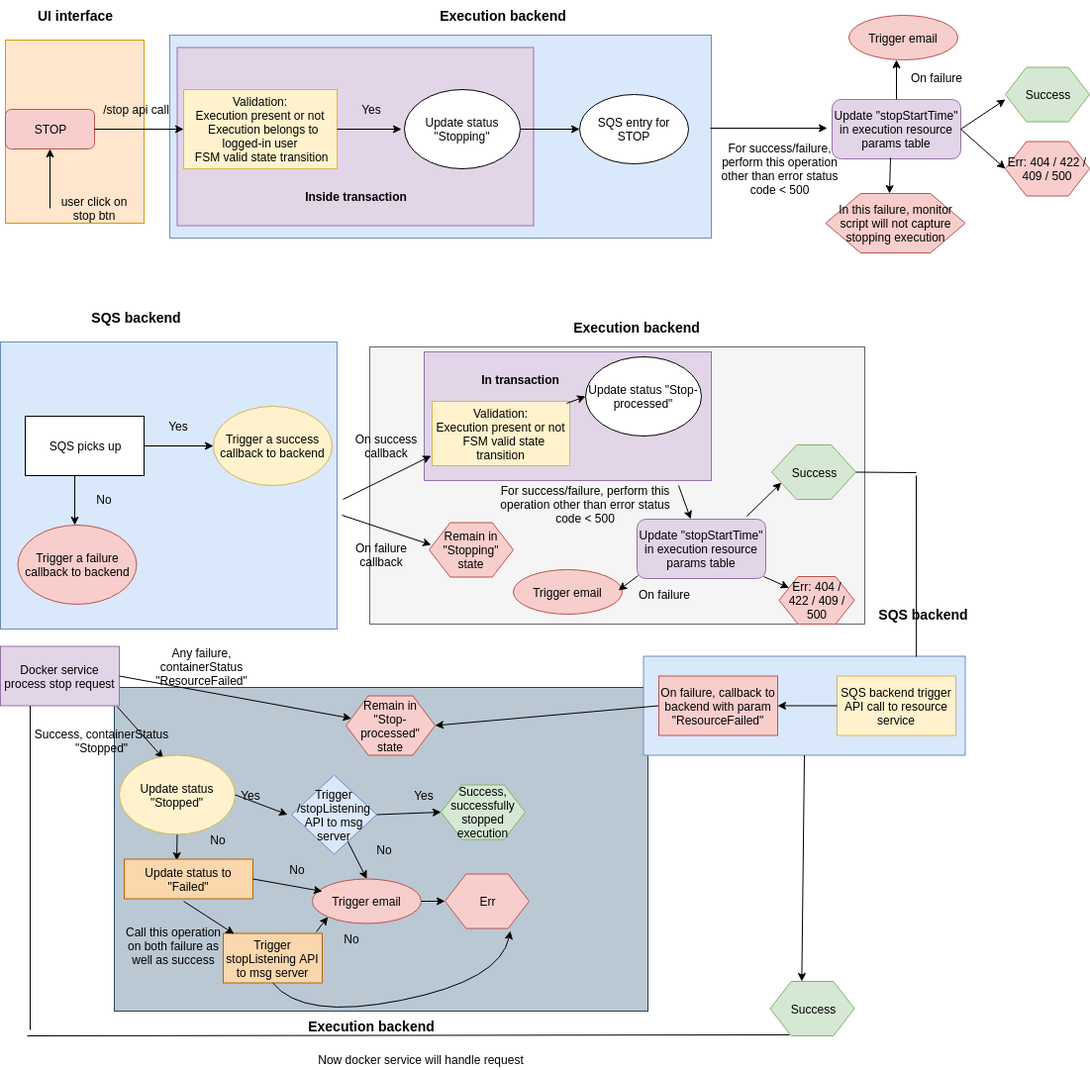
The draw.io diagram stop_ui.png in prodipta/blueshift-resouce, before a commit. Source tidied: cells renumbered, new cells last; positions are measured from the earlier drawing's top-left corner, leaving out a move shared by most shapes.
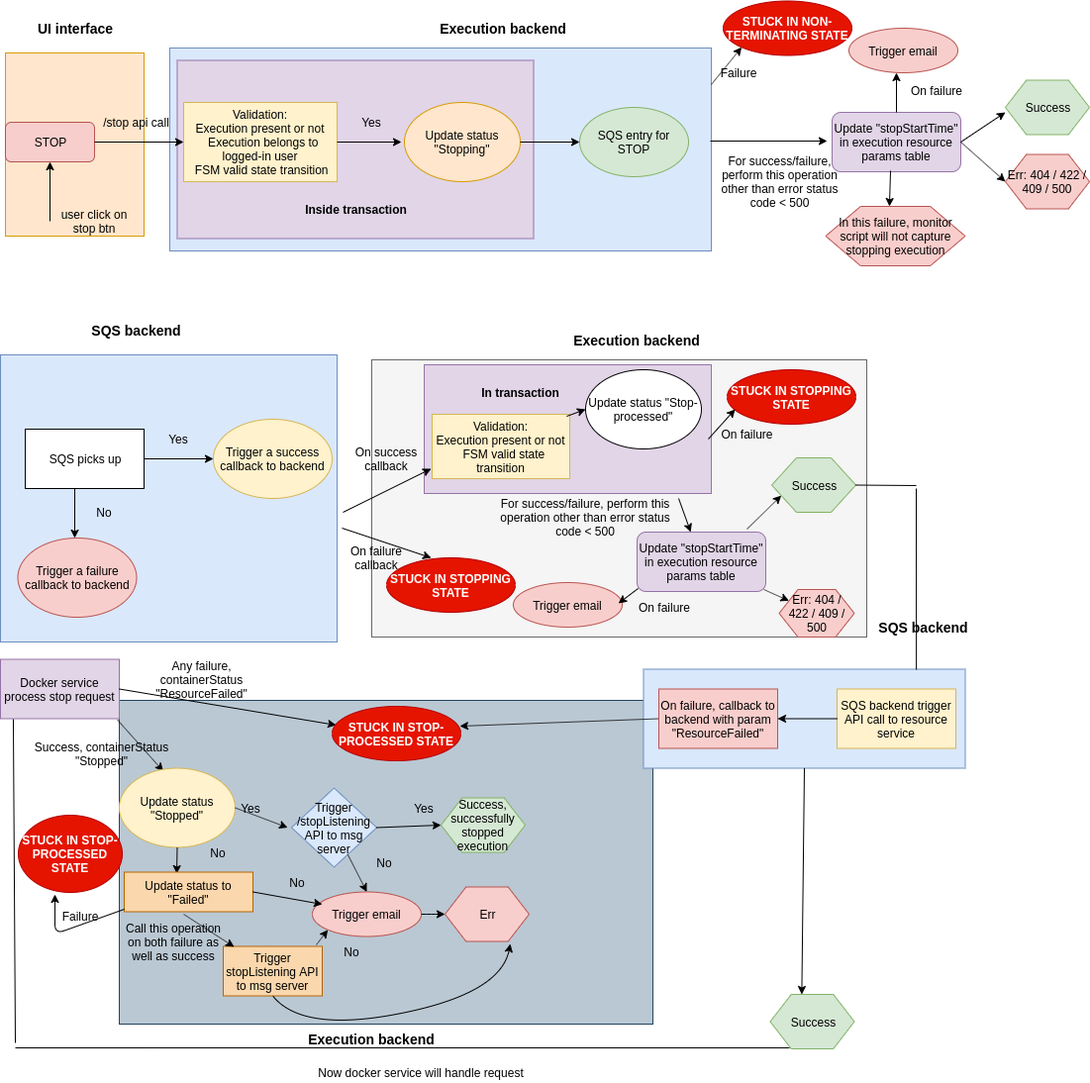
Above is the later version.

The edit, as a diff of the source:
```diff
@@ -3,7 +3,7 @@
     <mxCell id="0" />
     <mxCell id="1" parent="0" />
     <mxCell id="2" style="rounded=0;whiteSpace=wrap;html=1;fillColor=#f5f5f5;strokeColor=#666666;fontColor=#333333;" parent="1" vertex="1">
-      <mxGeometry x="373" y="350" width="500" height="280" as="geometry" />
+      <mxGeometry x="375" y="350" width="500" height="280" as="geometry" />
     </mxCell>
     <mxCell id="3" style="rounded=0;whiteSpace=wrap;html=1;fillColor=#e1d5e7;strokeColor=#9673a6;" parent="1" vertex="1">
       <mxGeometry x="428" y="355" width="290" height="130" as="geometry" />
@@ -15,7 +15,7 @@
       <mxGeometry x="178.5" y="47.5" width="360" height="180" as="geometry" />
     </mxCell>
     <mxCell id="6" style="rounded=0;whiteSpace=wrap;html=1;fillColor=#bac8d3;strokeColor=#23445d;" parent="1" vertex="1">
-      <mxGeometry x="115" y="694" width="539" height="327" as="geometry" />
+      <mxGeometry x="120" y="694" width="539" height="327" as="geometry" />
     </mxCell>
     <mxCell id="7" style="rounded=0;whiteSpace=wrap;html=1;fillColor=#dae8fc;strokeColor=#6c8ebf;" parent="1" vertex="1">
       <mxGeometry x="649.5" y="662.5" width="325" height="100" as="geometry" />
@@ -59,13 +59,13 @@
     <mxCell id="18" value="Yes" style="text;html=1;strokeColor=none;fillColor=none;align=center;verticalAlign=middle;whiteSpace=wrap;rounded=0;" parent="1" vertex="1">
       <mxGeometry x="355" y="100" width="40" height="20" as="geometry" />
     </mxCell>
-    <mxCell id="19" value="Update status &quot;Stopping&quot;" style="ellipse;whiteSpace=wrap;html=1;" parent="1" vertex="1">
+    <mxCell id="19" value="Update status &quot;Stopping&quot;" style="ellipse;whiteSpace=wrap;html=1;fillColor=#ffe6cc;strokeColor=#d79b00;" parent="1" vertex="1">
       <mxGeometry x="408" y="90" width="117" height="80" as="geometry" />
     </mxCell>
     <mxCell id="20" value="Execution backend" style="text;html=1;strokeColor=none;fillColor=none;align=center;verticalAlign=middle;whiteSpace=wrap;rounded=0;fontStyle=1;fontSize=14;" parent="1" vertex="1">
       <mxGeometry x="312.5" y="5" width="390" height="20" as="geometry" />
     </mxCell>
-    <mxCell id="21" value="SQS entry for STOP" style="ellipse;whiteSpace=wrap;html=1;" parent="1" vertex="1">
+    <mxCell id="21" value="SQS entry for STOP" style="ellipse;whiteSpace=wrap;html=1;fillColor=#d5e8d4;strokeColor=#82b366;" parent="1" vertex="1">
       <mxGeometry x="585" y="95" width="110" height="70" as="geometry" />
     </mxCell>
     <mxCell id="22" value="Success" style="shape=hexagon;perimeter=hexagonPerimeter2;whiteSpace=wrap;html=1;fillColor=#d5e8d4;strokeColor=#82b366;" parent="1" vertex="1">
@@ -118,7 +118,7 @@
       <mxGeometry x="355" y="440" width="70" height="20" as="geometry" />
     </mxCell>
     <mxCell id="35" value="On failure callback" style="text;html=1;strokeColor=none;fillColor=none;align=center;verticalAlign=middle;whiteSpace=wrap;rounded=0;" parent="1" vertex="1">
-      <mxGeometry x="350" y="550" width="70" height="20" as="geometry" />
+      <mxGeometry x="345" y="540" width="70" height="20" as="geometry" />
     </mxCell>
     <mxCell id="36" value="Update status &quot;Stop-processed&quot;" style="ellipse;whiteSpace=wrap;html=1;" parent="1" vertex="1">
       <mxGeometry x="591" y="360" width="117" height="80" as="geometry" />
@@ -129,9 +129,6 @@
     <mxCell id="38" value="Execution backend" style="text;html=1;strokeColor=none;fillColor=none;align=center;verticalAlign=middle;whiteSpace=wrap;rounded=0;fontStyle=1;fontSize=14;" parent="1" vertex="1">
       <mxGeometry x="448" y="320" width="390" height="20" as="geometry" />
     </mxCell>
-    <mxCell id="39" value="Remain in &quot;Stopping&quot; state" style="shape=hexagon;perimeter=hexagonPerimeter2;whiteSpace=wrap;html=1;fillColor=#f8cecc;strokeColor=#b85450;" parent="1" vertex="1">
-      <mxGeometry x="433" y="527.5" width="85" height="55" as="geometry" />
-    </mxCell>
     <mxCell id="40" value="In this failure, monitor script will not capture stopping execution" style="shape=hexagon;perimeter=hexagonPerimeter2;whiteSpace=wrap;html=1;fillColor=#f8cecc;strokeColor=#b85450;" parent="1" vertex="1">
       <mxGeometry x="833.5" y="195" width="141" height="60" as="geometry" />
     </mxCell>
@@ -157,24 +154,21 @@
     <mxCell id="46" value="Success" style="shape=hexagon;perimeter=hexagonPerimeter2;whiteSpace=wrap;html=1;fillColor=#d5e8d4;strokeColor=#82b366;" parent="1" vertex="1">
       <mxGeometry x="777.5" y="991" width="85" height="55" as="geometry" />
     </mxCell>
-    <mxCell id="47" style="endArrow=classic;html=1;exitX=0;exitY=0.5;exitDx=0;exitDy=0;entryX=1;entryY=0.5;entryDx=0;entryDy=0;" parent="1" edge="1" source="71" target="48">
+    <mxCell id="47" style="endArrow=classic;html=1;exitX=0;exitY=0.5;exitDx=0;exitDy=0;entryX=0.992;entryY=0.364;entryDx=0;entryDy=0;entryPerimeter=0;" parent="1" edge="1" source="71" target="113">
       <mxGeometry relative="1" as="geometry" />
     </mxCell>
-    <mxCell id="48" value="Remain in &quot;Stop-processed&quot; state" style="shape=hexagon;perimeter=hexagonPerimeter2;whiteSpace=wrap;html=1;fillColor=#f8cecc;strokeColor=#b85450;" parent="1" vertex="1">
-      <mxGeometry x="349" y="702.5" width="90" height="60" as="geometry" />
-    </mxCell>
     <mxCell id="49" value="SQS backend" style="text;html=1;strokeColor=none;fillColor=none;align=center;verticalAlign=middle;whiteSpace=wrap;rounded=0;fontStyle=1;fontSize=14;" parent="1" vertex="1">
       <mxGeometry x="815" y="610" width="235" height="20" as="geometry" />
     </mxCell>
     <mxCell id="50" value="Docker service process stop request" style="rounded=0;whiteSpace=wrap;html=1;fillColor=#e1d5e7;strokeColor=#9673a6;" parent="1" vertex="1">
       <mxGeometry y="652.5" width="120" height="60" as="geometry" />
     </mxCell>
-    <mxCell id="51" style="endArrow=none;html=1;entryX=0.25;entryY=1;entryDx=0;entryDy=0;" parent="1" edge="1" target="50">
+    <mxCell id="51" style="endArrow=none;html=1;entryX=0.108;entryY=1.008;entryDx=0;entryDy=0;entryPerimeter=0;" parent="1" edge="1" target="50">
       <mxGeometry relative="1" as="geometry">
-        <mxPoint x="30" y="1040" as="sourcePoint" />
+        <mxPoint x="15" y="1040" as="sourcePoint" />
       </mxGeometry>
     </mxCell>
-    <mxCell id="52" style="endArrow=classic;html=1;exitX=1;exitY=0.5;exitDx=0;exitDy=0;" parent="1" edge="1" source="50" target="48">
+    <mxCell id="52" style="endArrow=classic;html=1;exitX=1;exitY=0.5;exitDx=0;exitDy=0;entryX=0.031;entryY=0.345;entryDx=0;entryDy=0;entryPerimeter=0;" parent="1" edge="1" source="50" target="113">
       <mxGeometry relative="1" as="geometry" />
     </mxCell>
     <mxCell id="53" style="endArrow=classic;html=1;exitX=0.983;exitY=1.017;exitDx=0;exitDy=0;exitPerimeter=0;entryX=0.38;entryY=0.038;entryDx=0;entryDy=0;entryPerimeter=0;" parent="1" edge="1" source="50" target="56">
@@ -232,7 +226,7 @@
     </mxCell>
     <mxCell id="70" style="endArrow=none;html=1;fontSize=14;entryX=0.229;entryY=0.982;entryDx=0;entryDy=0;entryPerimeter=0;" parent="1" edge="1" target="46">
       <mxGeometry relative="1" as="geometry">
-        <mxPoint x="27" y="1046" as="sourcePoint" />
+        <mxPoint x="15" y="1045" as="sourcePoint" />
       </mxGeometry>
     </mxCell>
     <mxCell id="71" value="&lt;span style=&quot;white-space: normal&quot;&gt;On failure, callback to backend with param &quot;ResourceFailed&quot;&lt;/span&gt;" style="rounded=0;whiteSpace=wrap;html=1;fillColor=#f8cecc;strokeColor=#b85450;" parent="1" vertex="1">
@@ -265,7 +259,7 @@
       <mxGeometry relative="1" as="geometry" />
     </mxCell>
     <mxCell id="78" value="Call this operation on both failure as well as success" style="text;html=1;strokeColor=none;fillColor=none;align=center;verticalAlign=middle;whiteSpace=wrap;rounded=0;" parent="1" vertex="1">
-      <mxGeometry x="125" y="938" width="100" height="33" as="geometry" />
+      <mxGeometry x="125" y="921.5" width="100" height="33" as="geometry" />
     </mxCell>
     <mxCell id="79" style="endArrow=classic;html=1;entryX=0.5;entryY=0;entryDx=0;entryDy=0;" parent="1" edge="1" source="58" target="66">
       <mxGeometry relative="1" as="geometry" />
@@ -354,6 +348,9 @@
     <mxCell id="101" value="Trigger email" style="ellipse;whiteSpace=wrap;html=1;fillColor=#f8cecc;strokeColor=#b85450;" parent="1" vertex="1">
       <mxGeometry x="857" y="15" width="110" height="45" as="geometry" />
     </mxCell>
+    <mxCell id="106" value="STUCK IN NON-TERMINATING STATE" style="ellipse;whiteSpace=wrap;html=1;fillColor=#e51400;strokeColor=#B20000;fontColor=#ffffff;fontStyle=1;" parent="1" vertex="1">
+      <mxGeometry x="730" y="-12.5" width="130" height="55" as="geometry" />
+    </mxCell>
     <mxCell id="102" value="On failure" style="text;html=1;strokeColor=none;fillColor=none;align=center;verticalAlign=middle;whiteSpace=wrap;rounded=0;" parent="1" vertex="1">
       <mxGeometry x="915" y="68" width="60" height="20" as="geometry" />
     </mxCell>
@@ -368,5 +365,44 @@
         <mxPoint x="624.2" y="596" as="targetPoint" />
       </mxGeometry>
     </mxCell>
+    <mxCell id="107" style="endArrow=classic;html=1;exitX=1;exitY=0.18;exitDx=0;exitDy=0;exitPerimeter=0;entryX=0;entryY=1;entryDx=0;entryDy=0;" parent="1" edge="1" source="4" target="106">
+      <mxGeometry relative="1" as="geometry" />
+    </mxCell>
+    <mxCell id="108" value="Failure" style="text;html=1;strokeColor=none;fillColor=none;align=center;verticalAlign=middle;whiteSpace=wrap;rounded=0;" parent="1" vertex="1">
+      <mxGeometry x="725" y="50" width="40" height="20" as="geometry" />
+    </mxCell>
+    <mxCell id="109" value="STUCK IN STOPPING STATE" style="ellipse;whiteSpace=wrap;html=1;fillColor=#e51400;strokeColor=#B20000;fontColor=#ffffff;fontStyle=1;" parent="1" vertex="1">
+      <mxGeometry x="390" y="550" width="130" height="55" as="geometry" />
+    </mxCell>
+    <mxCell id="110" value="STUCK IN STOPPING STATE" style="ellipse;whiteSpace=wrap;html=1;fillColor=#e51400;strokeColor=#B20000;fontColor=#ffffff;fontStyle=1;" parent="1" vertex="1">
+      <mxGeometry x="734" y="360" width="130" height="55" as="geometry" />
+    </mxCell>
+    <mxCell id="111" style="endArrow=classic;html=1;entryX=0.062;entryY=0.727;entryDx=0;entryDy=0;entryPerimeter=0;" parent="1" edge="1" target="110">
+      <mxGeometry relative="1" as="geometry">
+        <mxPoint x="715" y="430" as="sourcePoint" />
+      </mxGeometry>
+    </mxCell>
+    <mxCell id="112" value="On failure" style="text;html=1;strokeColor=none;fillColor=none;align=center;verticalAlign=middle;whiteSpace=wrap;rounded=0;" parent="1" vertex="1">
+      <mxGeometry x="720.5" y="415" width="67" height="20" as="geometry" />
+    </mxCell>
+    <mxCell id="113" value="STUCK IN STOP-PROCESSED STATE" style="ellipse;whiteSpace=wrap;html=1;fillColor=#e51400;strokeColor=#B20000;fontColor=#ffffff;fontStyle=1;" parent="1" vertex="1">
+      <mxGeometry x="335" y="700" width="130" height="55" as="geometry" />
+    </mxCell>
+    <mxCell id="114" value="STUCK IN STOP-PROCESSED STATE" style="ellipse;whiteSpace=wrap;html=1;fillColor=#e51400;strokeColor=#B20000;fontColor=#ffffff;fontStyle=1;" parent="1" vertex="1">
+      <mxGeometry x="18" y="810" width="105" height="78" as="geometry" />
+    </mxCell>
+    <mxCell id="115" style="endArrow=classic;html=1;" parent="1" edge="1">
+      <mxGeometry relative="1" as="geometry">
+        <mxPoint x="125" y="905" as="sourcePoint" />
+        <mxPoint x="55" y="890" as="targetPoint" />
+        <Array as="points">
+          <mxPoint x="125" y="905" />
+          <mxPoint x="55" y="930" />
+        </Array>
+      </mxGeometry>
+    </mxCell>
+    <mxCell id="116" value="Failure" style="text;html=1;strokeColor=none;fillColor=none;align=center;verticalAlign=middle;whiteSpace=wrap;rounded=0;" parent="1" vertex="1">
+      <mxGeometry x="60" y="901.5" width="40" height="20" as="geometry" />
+    </mxCell>
   </root>
 </mxGraphModel>
```
